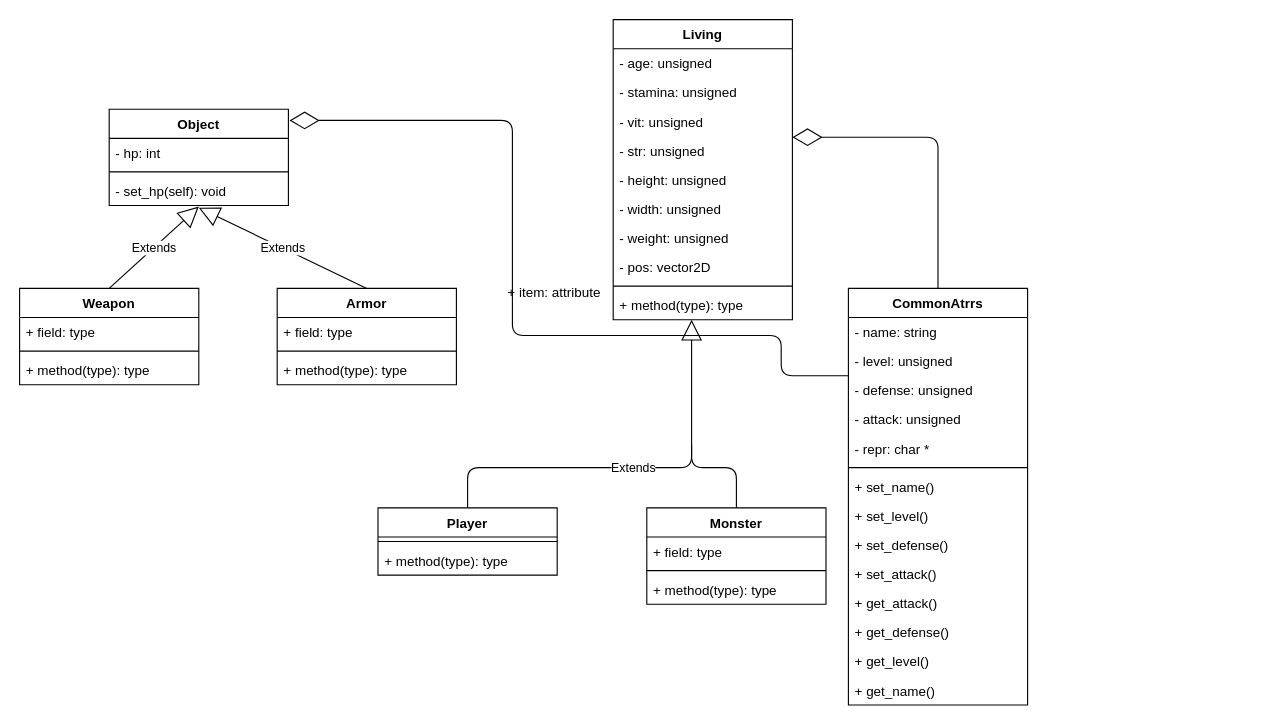
Above: page "General Overview" (1 of 2) of init_design.drawio in djose1164/inmortal-will (draw.io), before the change. Source tidied: cells renumbered, new cells numbered last; positions are measured from the earlier drawing's top-left corner, leaving out a move shared by most shapes. Both pictures are drawn from the tidied source at 112%, with x=0, y=0 at pixel (19, 19).
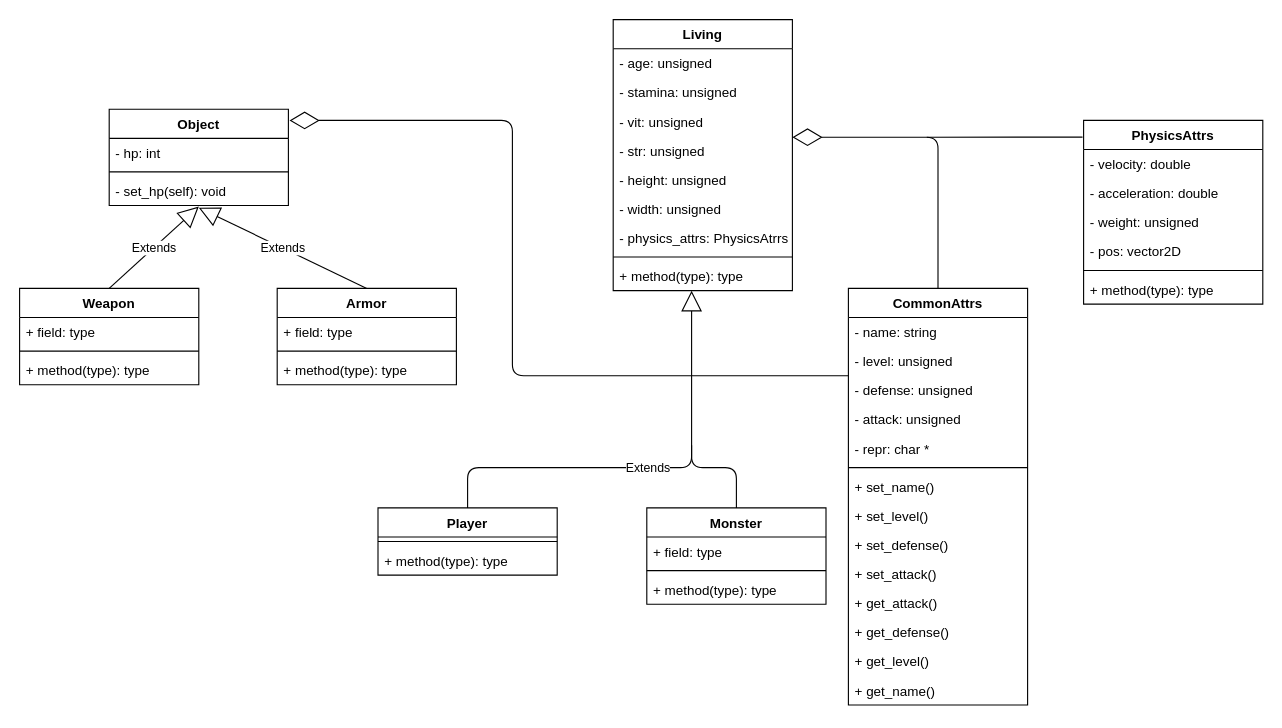
After the change.

The change refers to these unchanged cells:
```xml
<mxCell id="24" value="- level: unsigned" style="text;strokeColor=none;fillColor=none;align=left;verticalAlign=top;spacingLeft=4;spacingRight=4;overflow=hidden;points=[[0,0.5],[1,0.5]];portConstraint=eastwest;" parent="22" vertex="1">
  <mxGeometry y="52" width="160" height="26" as="geometry" />
</mxCell>
```

What changed in the source:
```diff
@@
     <mxCell id="11" value="Living" style="swimlane;fontStyle=1;align=center;verticalAlign=top;horizontal=1;startSize=26;" parent="1" vertex="1">
-      <mxGeometry x="530" width="160" height="268" as="geometry" />
+      <mxGeometry x="530" width="160" height="242" as="geometry" />
     </mxCell>
@@
-    <mxCell id="18" value="- weight: unsigned" style="text;strokeColor=none;fillColor=none;align=left;verticalAlign=top;spacingLeft=4;spacingRight=4;overflow=hidden;" parent="11" vertex="1">
-      <mxGeometry y="182" width="160" height="26" as="geometry" />
-    </mxCell>
-    <mxCell id="19" value="- pos: vector2D" style="text;strokeColor=none;fillColor=none;align=left;verticalAlign=top;spacingLeft=4;spacingRight=4;overflow=hidden;" parent="11" vertex="1">
-      <mxGeometry y="208" width="160" height="26" as="geometry" />
-    </mxCell>
+    <mxCell id="54" value="- physics_attrs: PhysicsAtrrs" style="text;strokeColor=none;fillColor=none;align=left;verticalAlign=top;spacingLeft=4;spacingRight=4;overflow=hidden;" parent="11" vertex="1">
+      <mxGeometry y="182" width="160" height="26" as="geometry" />
+    </mxCell>
     <mxCell id="20" style="line;strokeWidth=1;fillColor=none;align=left;verticalAlign=middle;spacingTop=-1;spacingLeft=3;spacingRight=3;labelPosition=right;" parent="11" vertex="1">
-      <mxGeometry y="234" width="160" height="8" as="geometry" />
+      <mxGeometry y="208" width="160" height="8" as="geometry" />
     </mxCell>
     <mxCell id="21" value="+ method(type): type" style="text;strokeColor=none;fillColor=none;align=left;verticalAlign=top;spacingLeft=4;spacingRight=4;overflow=hidden;points=[[0,0.5],[1,0.5]];portConstraint=eastwest;" parent="11" vertex="1">
-      <mxGeometry y="242" width="160" height="26" as="geometry" />
+      <mxGeometry y="216" width="160" height="26" as="geometry" />
     </mxCell>
-    <mxCell id="22" value="CommonAtrrs&#10;" style="swimlane;fontStyle=1;align=center;verticalAlign=top;horizontal=1;startSize=26;" parent="1" vertex="1">
+    <mxCell id="22" value="CommonAttrs&#10;" style="swimlane;fontStyle=1;align=center;verticalAlign=top;horizontal=1;startSize=26;" parent="1" vertex="1">
       <mxGeometry x="740" y="240" width="160" height="372" as="geometry" />
     </mxCell>
@@
     <mxCell id="38" style="endArrow=diamondThin;endFill=0;endSize=24;html=1;edgeStyle=orthogonalEdgeStyle;exitX=0;exitY=1;exitDx=0;exitDy=0;exitPerimeter=0;" parent="1" edge="1" source="24">
       <mxGeometry relative="1" as="geometry">
         <mxPoint x="241" y="90" as="targetPoint" />
         <Array as="points">
-          <mxPoint x="680" y="282" />
-          <mxPoint x="440" y="282" />
+          <mxPoint x="440" y="318" />
           <mxPoint x="440" y="90" />
         </Array>
       </mxGeometry>
     </mxCell>
@@
+    <mxCell id="55" value="PhysicsAttrs" style="swimlane;fontStyle=1;align=center;verticalAlign=top;horizontal=1;startSize=26;" parent="1" vertex="1">
+      <mxGeometry x="950" y="90" width="160" height="164" as="geometry" />
+    </mxCell>
+    <mxCell id="56" value="- velocity: double" style="text;strokeColor=none;fillColor=none;align=left;verticalAlign=top;spacingLeft=4;spacingRight=4;overflow=hidden;" parent="55" vertex="1">
+      <mxGeometry y="26" width="160" height="26" as="geometry" />
+    </mxCell>
-    <mxCell id="53" value="+ item: attribute" style="text;strokeColor=none;fillColor=none;align=left;verticalAlign=top;spacingLeft=4;spacingRight=4;overflow=hidden;" parent="1" vertex="1">
-      <mxGeometry x="430" y="230" width="100" height="26" as="geometry" />
+    <mxCell id="53" value="- acceleration: double" style="text;strokeColor=none;fillColor=none;align=left;verticalAlign=top;spacingLeft=4;spacingRight=4;overflow=hidden;" parent="55" vertex="1">
+      <mxGeometry y="52" width="160" height="26" as="geometry" />
     </mxCell>
+    <mxCell id="18" value="- weight: unsigned" style="text;strokeColor=none;fillColor=none;align=left;verticalAlign=top;spacingLeft=4;spacingRight=4;overflow=hidden;" parent="55" vertex="1">
+      <mxGeometry y="78" width="160" height="26" as="geometry" />
+    </mxCell>
+    <mxCell id="19" value="- pos: vector2D" style="text;strokeColor=none;fillColor=none;align=left;verticalAlign=top;spacingLeft=4;spacingRight=4;overflow=hidden;" parent="55" vertex="1">
+      <mxGeometry y="104" width="160" height="26" as="geometry" />
+    </mxCell>
+    <mxCell id="57" style="line;strokeWidth=1;fillColor=none;align=left;verticalAlign=middle;spacingTop=-1;spacingLeft=3;spacingRight=3;labelPosition=right;" parent="55" vertex="1">
+      <mxGeometry y="130" width="160" height="8" as="geometry" />
+    </mxCell>
+    <mxCell id="58" value="+ method(type): type" style="text;strokeColor=none;fillColor=none;align=left;verticalAlign=top;spacingLeft=4;spacingRight=4;overflow=hidden;" parent="55" vertex="1">
+      <mxGeometry y="138" width="160" height="26" as="geometry" />
+    </mxCell>
+    <mxCell id="59" style="endArrow=none;html=1;entryX=-0.006;entryY=0.091;entryDx=0;entryDy=0;entryPerimeter=0;" parent="1" edge="1" target="55">
+      <mxGeometry relative="1" as="geometry">
+        <mxPoint x="810" y="105" as="sourcePoint" />
+      </mxGeometry>
+    </mxCell>
```
